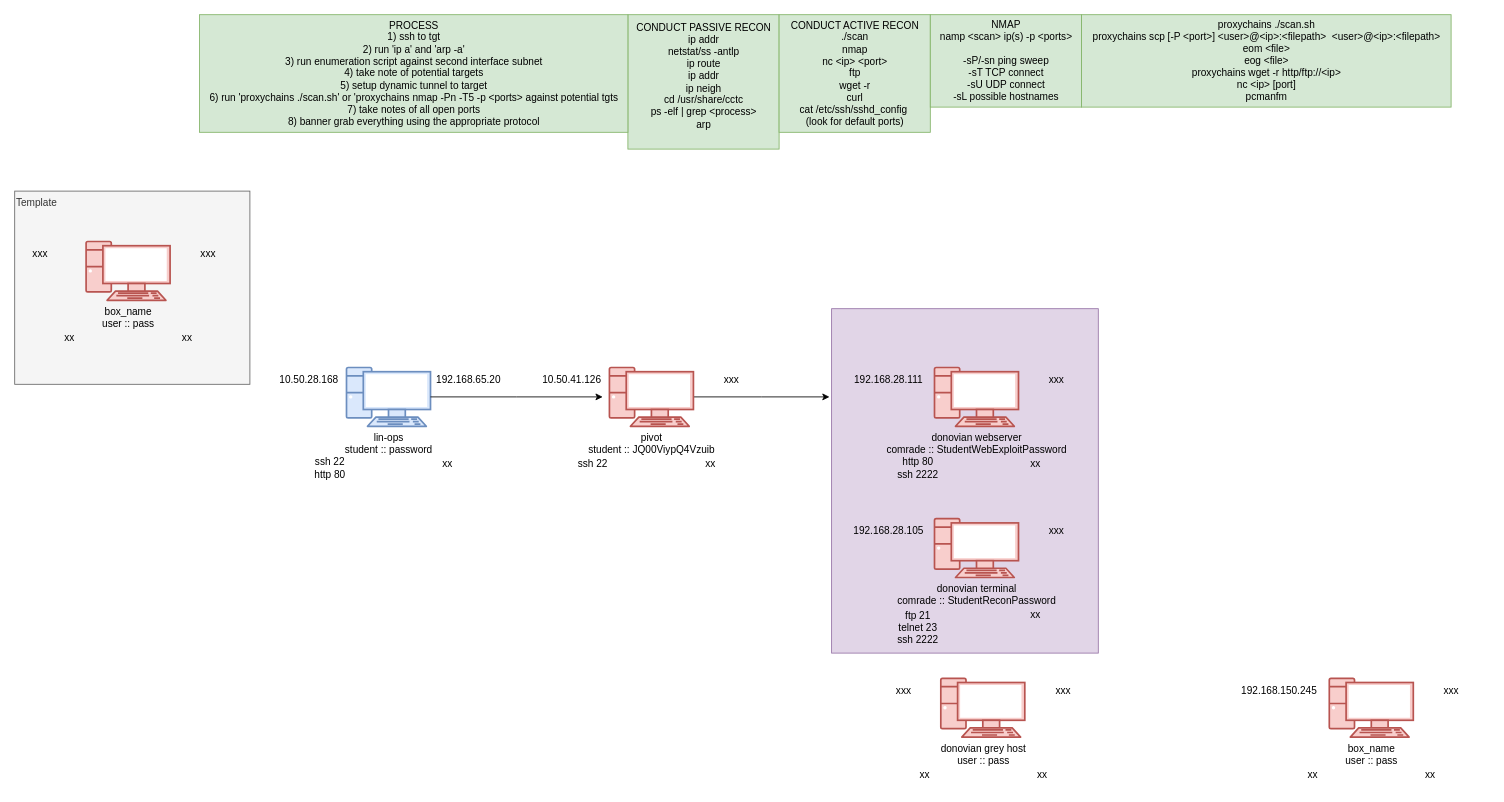
Earlier version of the draw.io diagram CCTC/SEC/Day_6/Exploit/Exploit.drawio (wifi96h/new). Source tidied: cells renumbered, new cells numbered last; positions are measured from the earlier drawing's top-left corner, leaving out a move shared by most shapes. Both pictures are drawn from the tidied source at 84%, with x=0, y=0 at pixel (14, 14).
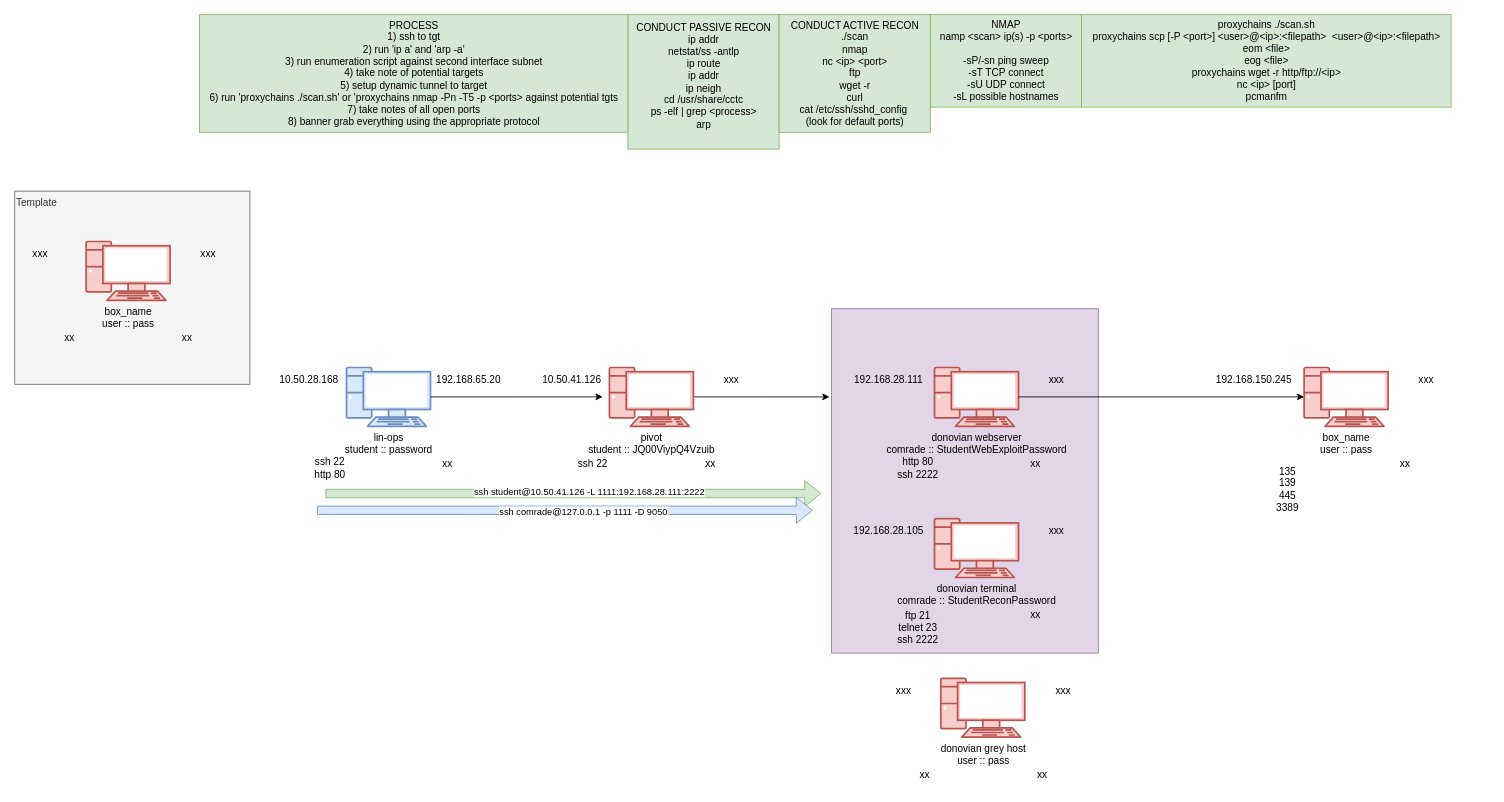
The same diagram, later.

Unchanged cells that the change refers to:
```xml
<mxCell id="42" value="box_name&lt;div&gt;user :: pass&lt;/div&gt;" style="verticalAlign=top;verticalLabelPosition=bottom;labelPosition=center;align=center;html=1;outlineConnect=0;fillColor=#f8cecc;strokeColor=#b85450;gradientDirection=north;strokeWidth=2;shape=mxgraph.networks.pc;" parent="41" vertex="1">
  <mxGeometry x="35" width="100" height="70" as="geometry" />
</mxCell>
<mxCell id="58" value="donovian webserver&lt;div&gt;comrade :: StudentWebExploitPassword&lt;/div&gt;" style="verticalAlign=top;verticalLabelPosition=bottom;labelPosition=center;align=center;html=1;outlineConnect=0;fillColor=#f8cecc;strokeColor=#b85450;gradientDirection=north;strokeWidth=2;shape=mxgraph.networks.pc;" parent="57" vertex="1">
  <mxGeometry x="35" width="100" height="70" as="geometry" />
</mxCell>
```

What changed in the source:
```diff
@@
     <mxCell id="39" style="group;" parent="1" vertex="1">
-      <mxGeometry x="1450" y="770" width="305" height="150" as="geometry" />
+      <mxGeometry x="1420" y="400" width="305" height="170" as="geometry" />
     </mxCell>
     <mxCell id="40" style="group;" parent="39" vertex="1">
-      <mxGeometry x="80" width="225" height="150" as="geometry" />
+      <mxGeometry x="80" width="225" height="170" as="geometry" />
     </mxCell>
     <mxCell id="41" style="group;" parent="40" vertex="1">
-      <mxGeometry y="20" width="225" height="130" as="geometry" />
+      <mxGeometry y="20" width="225" height="150" as="geometry" />
     </mxCell>
@@
-    <mxCell id="43" value="xx" style="text;html=1;align=center;verticalAlign=middle;strokeColor=none;fillColor=none;" parent="41" vertex="1">
-      <mxGeometry x="-5" y="100" width="40" height="30" as="geometry" />
+    <mxCell id="43" value="135&lt;div&gt;139&lt;/div&gt;&lt;div&gt;445&lt;/div&gt;&lt;div&gt;3389&lt;/div&gt;" style="text;html=1;align=center;verticalAlign=middle;strokeColor=none;fillColor=none;" parent="41" vertex="1">
+      <mxGeometry x="-10" y="110" width="50" height="70" as="geometry" />
     </mxCell>
@@
+    <mxCell id="63" style="shape=flexArrow;endArrow=classic;html=1;rounded=0;fillColor=#d5e8d4;strokeColor=#82b366;" parent="1" edge="1">
+      <mxGeometry relative="1" as="geometry">
+        <mxPoint x="370" y="570" as="sourcePoint" />
+        <mxPoint x="960" y="570" as="targetPoint" />
+      </mxGeometry>
+    </mxCell>
+    <mxCell id="64" value="&lt;div&gt;ssh student@10.50.41.126 -L 1111:192.168.28.111:2222&lt;/div&gt;" style="edgeLabel;html=1;align=center;verticalAlign=middle;" parent="63" vertex="1">
+      <mxGeometry x="0.06" y="3" relative="1" as="geometry" />
+    </mxCell>
+    <mxCell id="65" style="shape=flexArrow;endArrow=classic;html=1;rounded=0;fillColor=#dae8fc;strokeColor=#6c8ebf;" parent="1" edge="1">
+      <mxGeometry relative="1" as="geometry">
+        <mxPoint x="360" y="590" as="sourcePoint" />
+        <mxPoint x="950" y="590" as="targetPoint" />
+      </mxGeometry>
+    </mxCell>
+    <mxCell id="66" value="ssh comrade@127.0.0.1 -p 1111 -D 9050" style="edgeLabel;html=1;align=center;verticalAlign=middle;" parent="65" vertex="1">
+      <mxGeometry x="0.07" y="-1" relative="1" as="geometry" />
+    </mxCell>
+    <mxCell id="67" style="edgeStyle=orthogonalEdgeStyle;rounded=0;jettySize=auto;html=1;exitX=1;exitY=0.5;exitDx=0;exitDy=0;exitPerimeter=0;entryX=0;entryY=0.5;entryDx=0;entryDy=0;entryPerimeter=0;" parent="1" edge="1" source="58" target="42">
+      <mxGeometry relative="1" as="geometry" />
+    </mxCell>
```
